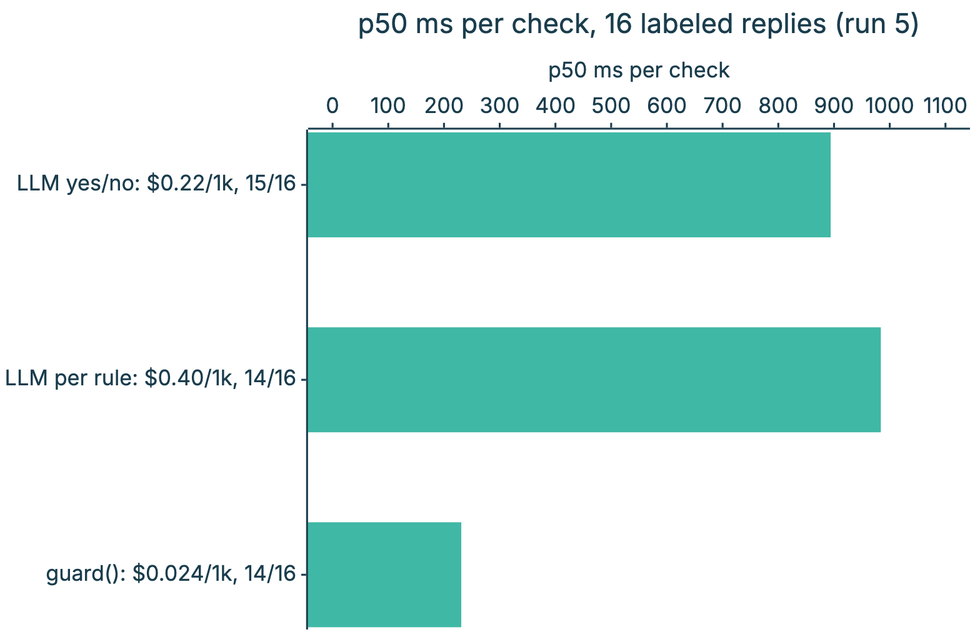
Earlier version of the Mermaid export course/diagrams/module_04/p2-demo-speed-cost.png (axel-sirota/getting_started_jev). Its source is kept beside it as course/diagrams/module_04/p2-demo-speed-cost.mmd.
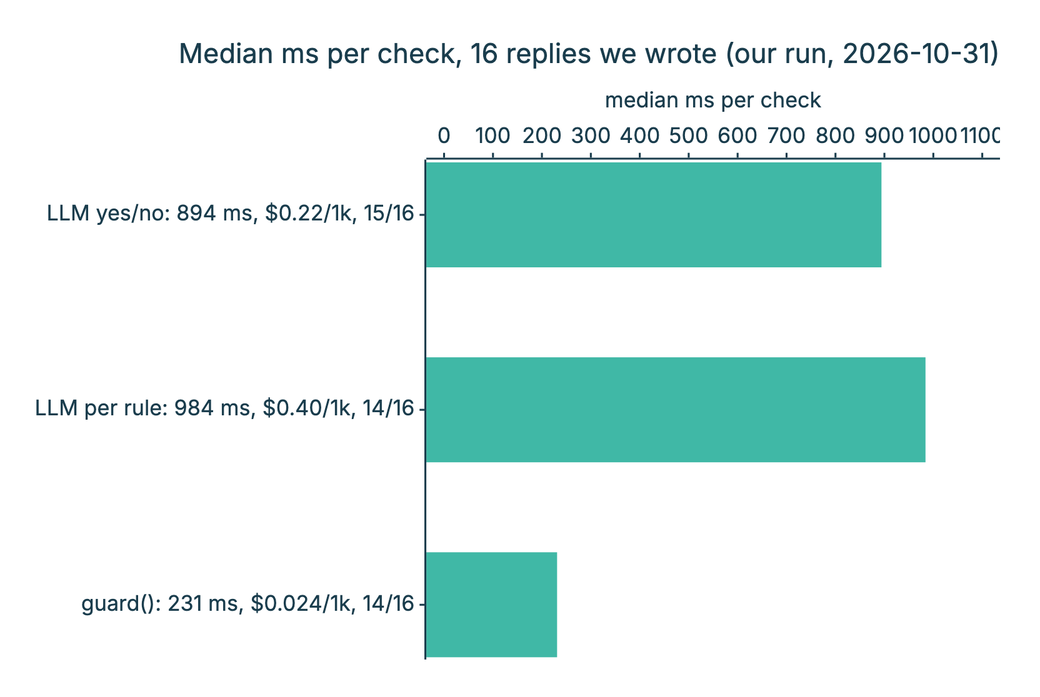
After the change.

The edit, as a diff of the source:
```diff
@@ -1,6 +1,6 @@
 %%{init: {"theme": "base", "themeVariables": {"fontFamily": "Inter, sans-serif", "primaryColor": "#ECF8F6", "primaryBorderColor": "#40B8A6", "primaryTextColor": "#111827", "lineColor": "#1A3D4D", "secondaryColor": "#F9FAFB", "tertiaryColor": "#FFFFFF", "clusterBkg": "#F9FAFB", "clusterBorder": "#D1D5DB", "actorBkg": "#ECF8F6", "actorBorder": "#40B8A6", "noteBkgColor": "#FFF6DA", "noteBorderColor": "#E0B84C"}}}%%
 xychart-beta horizontal
-  title "p50 ms per check, 16 labeled replies (run 5)"
-  x-axis ["LLM yes/no: $0.22/1k, 15/16", "LLM per rule: $0.40/1k, 14/16", "guard(): $0.024/1k, 14/16"]
-  y-axis "p50 ms per check" 0 --> 1100
+  title "Median ms per check, 16 replies we wrote (our run, 2026-10-31)"
+  x-axis ["LLM yes/no: 894 ms, $0.22/1k, 15/16", "LLM per rule: 984 ms, $0.40/1k, 14/16", "guard(): 231 ms, $0.024/1k, 14/16"]
+  y-axis "median ms per check" 0 --> 1100
   bar [894, 984, 231]
```
